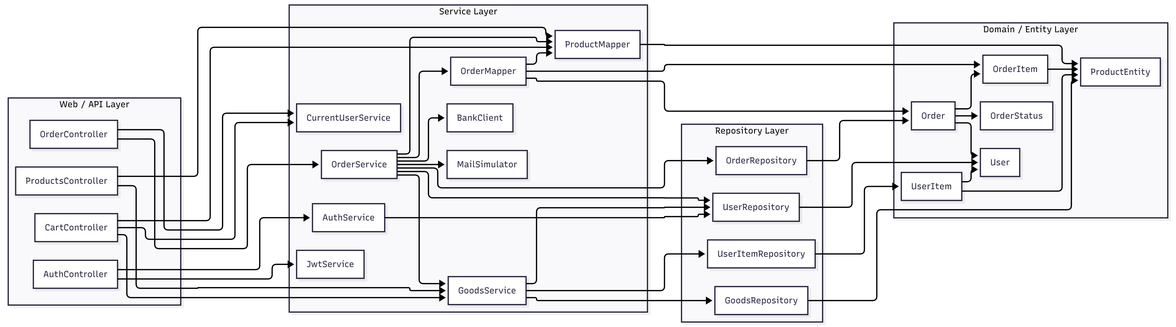
Earlier version of the Mermaid export report/umls/mts-shop-class-uml.png (senya-2011/mts-online-shop). Its source is kept beside it as report/umls/mts-shop-class-uml.mmd.
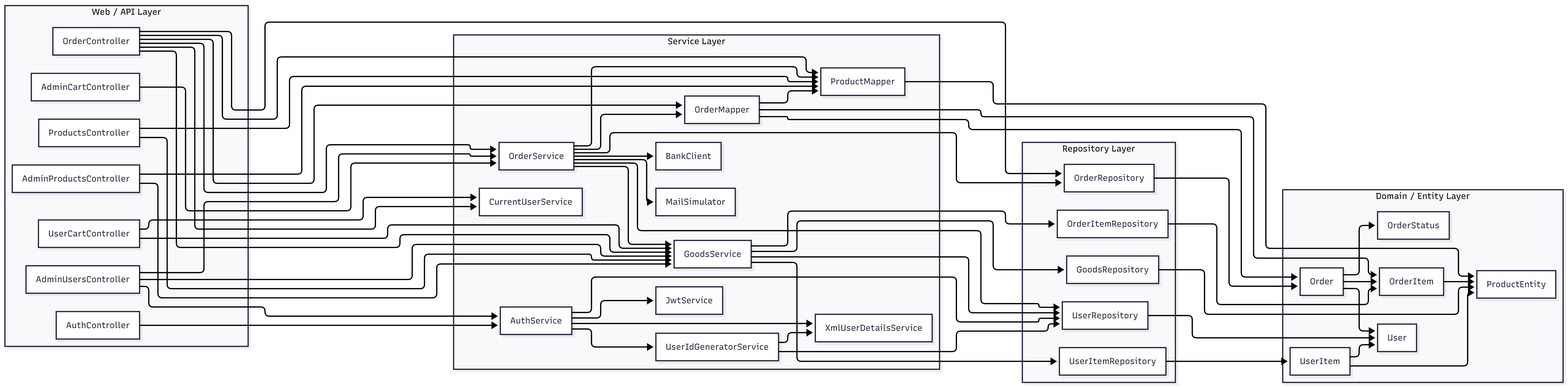
After the change.

What changed in the source:
```diff
@@ -7,8 +7,11 @@
     direction TB
         OrderController["OrderController"]
         ProductsController["ProductsController"]
-        CartController["CartController"]
+        UserCartController["UserCartController"]
         AuthController["AuthController"]
+        AdminProductsController["AdminProductsController"]
+        AdminUsersController["AdminUsersController"]
+        AdminCartController["AdminCartController"]
   end
  subgraph Services["Service Layer"]
     direction TB
@@ -21,6 +24,8 @@
         MailSimulator["MailSimulator"]
         JwtService["JwtService"]
         CurrentUserService["CurrentUserService"]
+        XmlUserDetailsService["XmlUserDetailsService"]
+        UserIdGeneratorService["UserIdGeneratorService"]
   end
  subgraph Repositories["Repository Layer"]
     direction TB
@@ -28,6 +33,7 @@
         GoodsRepository["GoodsRepository"]
         UserItemRepository["UserItemRepository"]
         UserRepository["UserRepository"]
+        OrderItemRepository["OrderItemRepository"]
   end
  subgraph Entities["Domain / Entity Layer"]
     direction TB
@@ -40,13 +46,21 @@
   end
     OrderController --> OrderService
     OrderController --> CurrentUserService
+    OrderController --> OrderMapper
+    OrderController --> ProductMapper
+    OrderController --> OrderRepository
+    OrderController --> GoodsService
     ProductsController --> GoodsService
     ProductsController --> ProductMapper
-    CartController --> GoodsService
-    CartController --> ProductMapper
-    CartController --> CurrentUserService
+    UserCartController --> GoodsService
+    UserCartController --> CurrentUserService
     AuthController --> AuthService
-    AuthController --> JwtService
+    AdminProductsController --> GoodsService
+    AdminProductsController --> ProductMapper
+    AdminUsersController --> AuthService
+    AdminUsersController --> GoodsService
+    AdminUsersController --> OrderService
+    AdminCartController --> OrderService
     OrderService --> OrderRepository
     OrderService --> GoodsService
     OrderService --> OrderMapper
@@ -57,11 +71,18 @@
     GoodsService --> GoodsRepository
     GoodsService --> UserItemRepository
     GoodsService --> UserRepository
+    GoodsService --> OrderItemRepository
     AuthService --> UserRepository
+    AuthService --> JwtService
+    AuthService --> XmlUserDetailsService
+    AuthService --> UserIdGeneratorService
+    UserIdGeneratorService --> UserRepository
+    UserIdGeneratorService --> XmlUserDetailsService
     OrderRepository --> Order
     UserItemRepository --> UserItem
     GoodsRepository --> ProductEntity
     UserRepository --> User
+    OrderItemRepository --> OrderItem
     OrderMapper --> Order
     OrderMapper --> OrderItem
     OrderMapper --> ProductMapper
```
